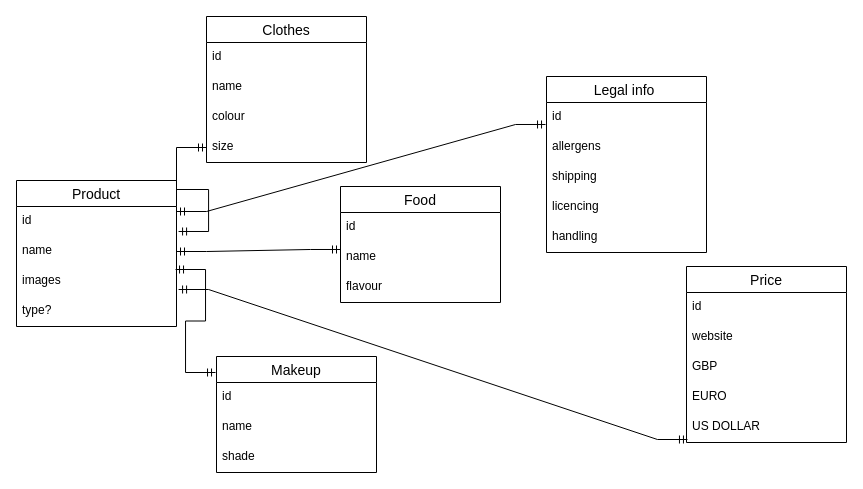
CcCcCcCc44/git-demo keeps this draw.io diagram as THGproducts.drawio. Above is the earlier version. Source tidied: cells renumbered, new cells numbered last; positions are measured from the earlier drawing's top-left corner, leaving out a move shared by most shapes. Both pictures are drawn from the tidied source at 100%, with x=0, y=0 at pixel (16, 16).
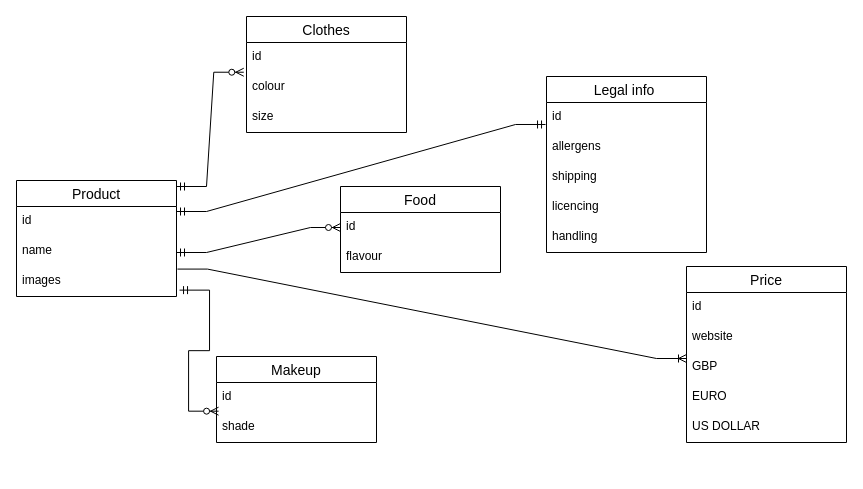
The same page after the edit.

The change refers to these unchanged cells:
```xml
<mxCell id="3" value="id" style="text;strokeColor=none;fillColor=none;spacingLeft=4;spacingRight=4;overflow=hidden;points=[[0,0.5],[1,0.5]];portConstraint=eastwest;fontSize=12;" parent="2" vertex="1">
  <mxGeometry y="26" width="160" height="30" as="geometry" />
</mxCell>
<mxCell id="4" value="name" style="text;strokeColor=none;fillColor=none;spacingLeft=4;spacingRight=4;overflow=hidden;points=[[0,0.5],[1,0.5]];portConstraint=eastwest;fontSize=12;" parent="2" vertex="1">
  <mxGeometry y="56" width="160" height="30" as="geometry" />
</mxCell>
<mxCell id="5" value="images" style="text;strokeColor=none;fillColor=none;spacingLeft=4;spacingRight=4;overflow=hidden;points=[[0,0.5],[1,0.5]];portConstraint=eastwest;fontSize=12;" parent="2" vertex="1">
  <mxGeometry y="86" width="160" height="30" as="geometry" />
</mxCell>
<mxCell id="13" value="id" style="text;strokeColor=none;fillColor=none;spacingLeft=4;spacingRight=4;overflow=hidden;points=[[0,0.5],[1,0.5]];portConstraint=eastwest;fontSize=12;" parent="12" vertex="1">
  <mxGeometry y="26" width="160" height="30" as="geometry" />
</mxCell>
<mxCell id="31" value="US DOLLAR" style="text;strokeColor=none;fillColor=none;spacingLeft=4;spacingRight=4;overflow=hidden;points=[[0,0.5],[1,0.5]];portConstraint=eastwest;fontSize=12;" parent="26" vertex="1">
  <mxGeometry y="146" width="160" height="30" as="geometry" />
</mxCell>
```

Diff of the diagram source:
```diff
@@
     <mxCell id="2" value="Product" style="swimlane;fontStyle=0;horizontal=1;startSize=26;align=center;fontSize=14;" parent="1" vertex="1">
-      <mxGeometry y="164" width="160" height="146" as="geometry" />
+      <mxGeometry y="164" width="160" height="116" as="geometry" />
     </mxCell>
@@
-    <mxCell id="6" value="type?" style="text;strokeColor=none;fillColor=none;spacingLeft=4;spacingRight=4;overflow=hidden;fontSize=12;" parent="2" vertex="1">
-      <mxGeometry y="116" width="160" height="30" as="geometry" />
-    </mxCell>
     <mxCell id="7" value="Clothes" style="swimlane;fontStyle=0;horizontal=1;startSize=26;align=center;fontSize=14;" parent="1" vertex="1">
-      <mxGeometry x="190" width="160" height="146" as="geometry" />
+      <mxGeometry x="230" width="160" height="116" as="geometry" />
     </mxCell>
@@
-    <mxCell id="9" value="name" style="text;strokeColor=none;fillColor=none;spacingLeft=4;spacingRight=4;overflow=hidden;fontSize=12;" parent="7" vertex="1">
-      <mxGeometry y="56" width="160" height="30" as="geometry" />
-    </mxCell>
     <mxCell id="10" value="colour" style="text;strokeColor=none;fillColor=none;spacingLeft=4;spacingRight=4;overflow=hidden;points=[[0,0.5],[1,0.5]];portConstraint=eastwest;fontSize=12;" parent="7" vertex="1">
-      <mxGeometry y="86" width="160" height="30" as="geometry" />
+      <mxGeometry y="56" width="160" height="30" as="geometry" />
     </mxCell>
     <mxCell id="11" value="size" style="text;strokeColor=none;fillColor=none;spacingLeft=4;spacingRight=4;overflow=hidden;points=[[0,0.5],[1,0.5]];portConstraint=eastwest;fontSize=12;" parent="7" vertex="1">
-      <mxGeometry y="116" width="160" height="30" as="geometry" />
+      <mxGeometry y="86" width="160" height="30" as="geometry" />
     </mxCell>
     <mxCell id="12" value="Food" style="swimlane;fontStyle=0;horizontal=1;startSize=26;align=center;fontSize=14;" parent="1" vertex="1">
-      <mxGeometry x="324" y="170" width="160" height="116" as="geometry" />
+      <mxGeometry x="324" y="170" width="160" height="86" as="geometry" />
     </mxCell>
@@
-    <mxCell id="14" value="name" style="text;strokeColor=none;fillColor=none;spacingLeft=4;spacingRight=4;overflow=hidden;points=[[0,0.5],[1,0.5]];portConstraint=eastwest;fontSize=12;" parent="12" vertex="1">
-      <mxGeometry y="56" width="160" height="30" as="geometry" />
-    </mxCell>
     <mxCell id="15" value="flavour" style="text;strokeColor=none;fillColor=none;spacingLeft=4;spacingRight=4;overflow=hidden;fontSize=12;" parent="12" vertex="1">
-      <mxGeometry y="86" width="160" height="30" as="geometry" />
+      <mxGeometry y="56" width="160" height="30" as="geometry" />
     </mxCell>
     <mxCell id="16" value="Makeup" style="swimlane;fontStyle=0;horizontal=1;startSize=26;align=center;fontSize=14;" parent="1" vertex="1">
-      <mxGeometry x="200" y="340" width="160" height="116" as="geometry" />
+      <mxGeometry x="200" y="340" width="160" height="86" as="geometry" />
     </mxCell>
@@
-    <mxCell id="18" value="name" style="text;strokeColor=none;fillColor=none;spacingLeft=4;spacingRight=4;overflow=hidden;fontSize=12;" parent="16" vertex="1">
-      <mxGeometry y="56" width="160" height="30" as="geometry" />
-    </mxCell>
     <mxCell id="19" value="shade" style="text;strokeColor=none;fillColor=none;spacingLeft=4;spacingRight=4;overflow=hidden;points=[[0,0.5],[1,0.5]];portConstraint=eastwest;fontSize=12;" parent="16" vertex="1">
-      <mxGeometry y="86" width="160" height="30" as="geometry" />
+      <mxGeometry y="56" width="160" height="30" as="geometry" />
     </mxCell>
@@
-    <mxCell id="32" style="edgeStyle=entityRelationEdgeStyle;fontSize=12;html=1;endArrow=ERmandOne;startArrow=ERmandOne;rounded=0;entryX=0;entryY=0.5;entryDx=0;entryDy=0;exitX=1.013;exitY=0.833;exitDx=0;exitDy=0;exitPerimeter=0;" parent="1" edge="1" source="3" target="11">
-      <mxGeometry relative="1" as="geometry" />
-    </mxCell>
-    <mxCell id="33" style="edgeStyle=entityRelationEdgeStyle;fontSize=12;html=1;endArrow=ERmandOne;startArrow=ERmandOne;rounded=0;entryX=0;entryY=0.233;entryDx=0;entryDy=0;entryPerimeter=0;exitX=1;exitY=0.5;exitDx=0;exitDy=0;" parent="1" edge="1" source="4" target="14">
-      <mxGeometry relative="1" as="geometry" />
-    </mxCell>
-    <mxCell id="34" style="edgeStyle=entityRelationEdgeStyle;fontSize=12;html=1;endArrow=ERmandOne;startArrow=ERmandOne;rounded=0;entryX=-0.006;entryY=0.138;entryDx=0;entryDy=0;exitX=0.994;exitY=0.1;exitDx=0;exitDy=0;exitPerimeter=0;entryPerimeter=0;" parent="1" edge="1" source="5" target="16">
-      <mxGeometry relative="1" as="geometry" />
-    </mxCell>
-    <mxCell id="35" style="edgeStyle=entityRelationEdgeStyle;fontSize=12;html=1;endArrow=ERmandOne;startArrow=ERmandOne;rounded=0;entryX=0.006;entryY=0.9;entryDx=0;entryDy=0;entryPerimeter=0;exitX=1.013;exitY=0.767;exitDx=0;exitDy=0;exitPerimeter=0;" parent="1" edge="1" source="5" target="31">
-      <mxGeometry relative="1" as="geometry" />
-    </mxCell>
@@
+    <mxCell id="37" style="edgeStyle=entityRelationEdgeStyle;fontSize=12;html=1;endArrow=ERzeroToMany;startArrow=ERmandOne;rounded=0;entryX=0.013;entryY=-0.044;entryDx=0;entryDy=0;entryPerimeter=0;exitX=1.019;exitY=0.788;exitDx=0;exitDy=0;exitPerimeter=0;" parent="1" edge="1" source="5" target="19">
+      <mxGeometry relative="1" as="geometry" />
+    </mxCell>
+    <mxCell id="38" style="edgeStyle=entityRelationEdgeStyle;fontSize=12;html=1;endArrow=ERzeroToMany;startArrow=ERmandOne;rounded=0;entryX=0;entryY=0.5;entryDx=0;entryDy=0;" parent="1" edge="1" target="13">
+      <mxGeometry relative="1" as="geometry">
+        <mxPoint x="160" y="236" as="sourcePoint" />
+      </mxGeometry>
+    </mxCell>
+    <mxCell id="39" style="edgeStyle=entityRelationEdgeStyle;fontSize=12;html=1;endArrow=ERzeroToMany;startArrow=ERmandOne;rounded=0;entryX=-0.017;entryY=-0.009;entryDx=0;entryDy=0;entryPerimeter=0;" parent="1" edge="1" target="10">
+      <mxGeometry relative="1" as="geometry">
+        <mxPoint x="160" y="170" as="sourcePoint" />
+      </mxGeometry>
+    </mxCell>
+    <mxCell id="40" style="edgeStyle=entityRelationEdgeStyle;fontSize=12;html=1;endArrow=ERoneToMany;rounded=0;exitX=1.006;exitY=0.086;exitDx=0;exitDy=0;exitPerimeter=0;" parent="1" edge="1" source="5">
+      <mxGeometry relative="1" as="geometry">
+        <mxPoint x="670" y="342" as="targetPoint" />
+      </mxGeometry>
+    </mxCell>
```
